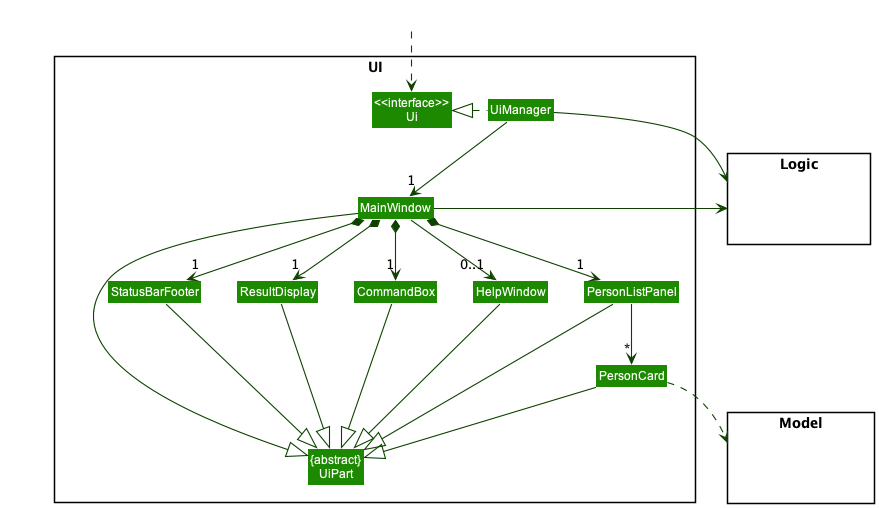
This is docs/images/UiClassDiagram.png from nus-cs2103-AY2223S1/tp, a PlantUML export, as it was before one commit.
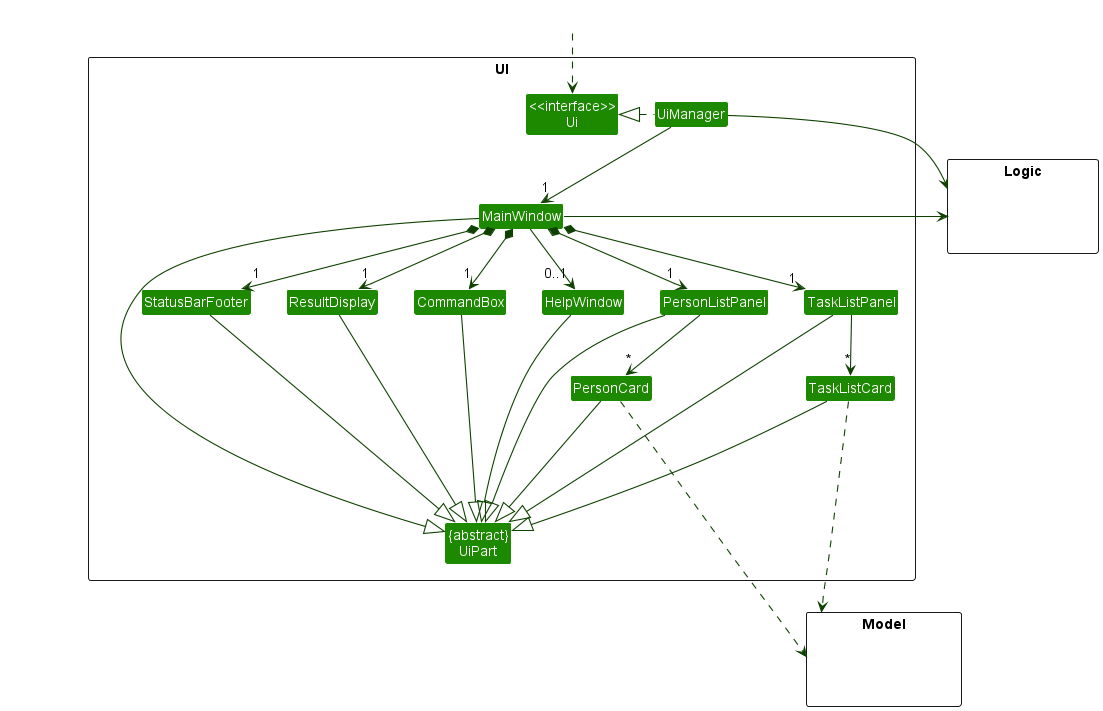
Above is the later version.

Commit message:
Update DG * Update Ui Class diagram with Task-related classes * Add sort task implementation

What changed in the source:
```diff
@@ -13,6 +13,8 @@
 Class ResultDisplay
 Class PersonListPanel
 Class PersonCard
+Class TaskListPanel
+Class TaskListCard
 Class StatusBarFooter
 Class CommandBox
 }
@@ -30,26 +32,33 @@
 
 UiManager .left.|> Ui
 UiManager -down-> "1" MainWindow
+MainWindow *-down-> "1" TaskListPanel
 MainWindow *-down->  "1" CommandBox
 MainWindow *-down-> "1" ResultDisplay
 MainWindow *-down-> "1" PersonListPanel
 MainWindow *-down-> "1" StatusBarFooter
 MainWindow --> "0..1" HelpWindow
 
-PersonListPanel -down-> "*" PersonCard
+PersonListPanel --> "*" PersonCard
+
+TaskListPanel -down-> "*" TaskListCard
 
 MainWindow -left-|> UiPart
 
-ResultDisplay --|> UiPart
-CommandBox --|> UiPart
+ResultDisplay ---|> UiPart
+CommandBox ---|> UiPart
 PersonListPanel --|> UiPart
-PersonCard --|> UiPart
-StatusBarFooter --|> UiPart
-HelpWindow --|> UiPart
+PersonCard ---|> UiPart
+TaskListPanel --|> UiPart
+TaskListCard ---|> UiPart
+StatusBarFooter ---|> UiPart
+HelpWindow ---|> UiPart
 
-PersonCard ..> Model
+PersonCard ....> Model
 UiManager -right-> Logic
 MainWindow -left-> Logic
+TaskListCard ....> Model
+
 
 PersonListPanel -[hidden]left- HelpWindow
 HelpWindow -[hidden]left- CommandBox
```
